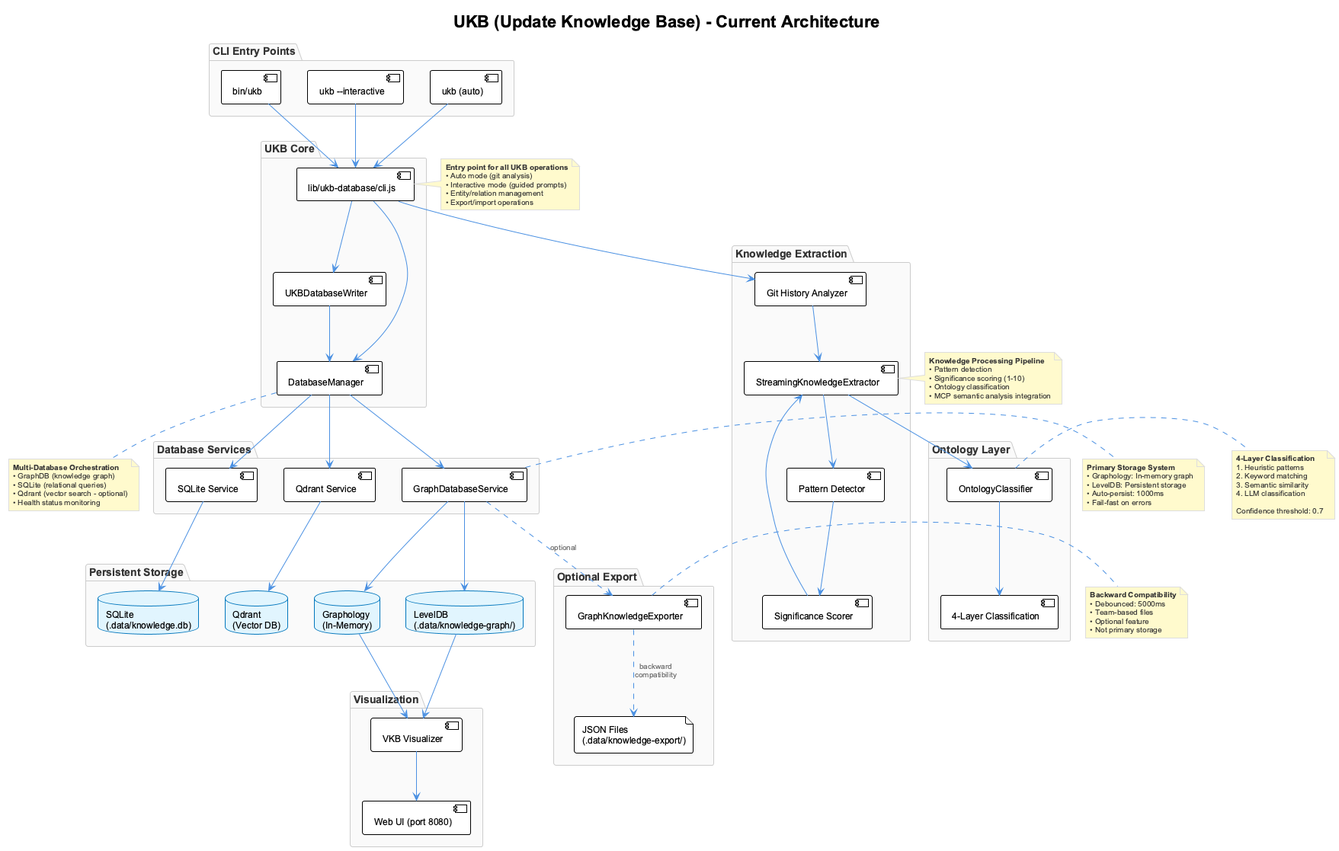
fwornle/coding keeps this PlantUML diagram as docs/images/ukb-architecture.png. Above is the earlier version. The source it was exported from:
```plantuml
@startuml ukb-architecture
!include _standard-style.puml

title UKB (Update Knowledge Base) - Current Architecture

package "CLI Entry Points" {
  [bin/ukb] as ukb_bin
  [ukb --interactive] as interactive
  [ukb (auto)] as auto
}

package "UKB Core" {
  [lib/ukb-database/cli.js] as cli
  [DatabaseManager] as db_mgr
  [UKBDatabaseWriter] as writer
}

package "Knowledge Extraction" {
  [Git History Analyzer] as git_analyzer
  [StreamingKnowledgeExtractor] as extractor
  [Pattern Detector] as pattern
  [Significance Scorer] as scorer
}

package "Ontology Layer" {
  [OntologyClassifier] as ontology
  [4-Layer Classification] as layers
}

package "Database Services" {
  [GraphDatabaseService] as graph_db
  [SQLite Service] as sqlite
  [Qdrant Service] as qdrant
}

package "Persistent Storage" {
  database "Graphology\n(In-Memory)" as graphology
  database "LevelDB\n(.data/knowledge-graph/)" as leveldb
  database "SQLite\n(.data/knowledge.db)" as sqlite_db
  database "Qdrant\n(Vector DB)" as qdrant_db
}

package "Optional Export" {
  [GraphKnowledgeExporter] as exporter
  file "JSON Files\n(.data/knowledge-export/)" as json_export
}

package "Visualization" {
  [VKB Visualizer] as vkb
  [Web UI (port 8080)] as web
}

ukb_bin --> cli
interactive --> cli
auto --> cli

cli --> db_mgr
cli --> writer
cli --> git_analyzer

git_analyzer --> extractor
extractor --> pattern
pattern --> scorer
scorer --> extractor

extractor --> ontology
ontology --> layers

db_mgr --> graph_db
db_mgr --> sqlite
db_mgr --> qdrant

writer --> db_mgr

graph_db --> graphology
graph_db --> leveldb
sqlite --> sqlite_db
qdrant --> qdrant_db

graph_db ..> exporter : optional
exporter ..> json_export : backward\ncompatibility

leveldb --> vkb
graphology --> vkb
vkb --> web

note right of cli
  **Entry point for all UKB operations**
  • Auto mode (git analysis)
  • Interactive mode (guided prompts)
  • Entity/relation management
  • Export/import operations
end note

note right of graph_db
  **Primary Storage System**
  • Graphology: In-memory graph
  • LevelDB: Persistent storage
  • Auto-persist: 1000ms
  • Fail-fast on errors
end note

note right of extractor
  **Knowledge Processing Pipeline**
  • Pattern detection
  • Significance scoring (1-10)
  • Ontology classification
  • MCP semantic analysis integration
end note

note right of ontology
  **4-Layer Classification**
  1. Heuristic patterns
  2. Keyword matching
  3. Semantic similarity
  4. LLM classification

  Confidence threshold: 0.7
end note

note right of exporter
  **Backward Compatibility**
  • Debounced: 5000ms
  • Team-based files
  • Optional feature
  • Not primary storage
end note

note bottom of db_mgr
  **Multi-Database Orchestration**
  • GraphDB (knowledge graph)
  • SQLite (relational queries)
  • Qdrant (vector search - optional)
  • Health status monitoring
end note

@enduml
```
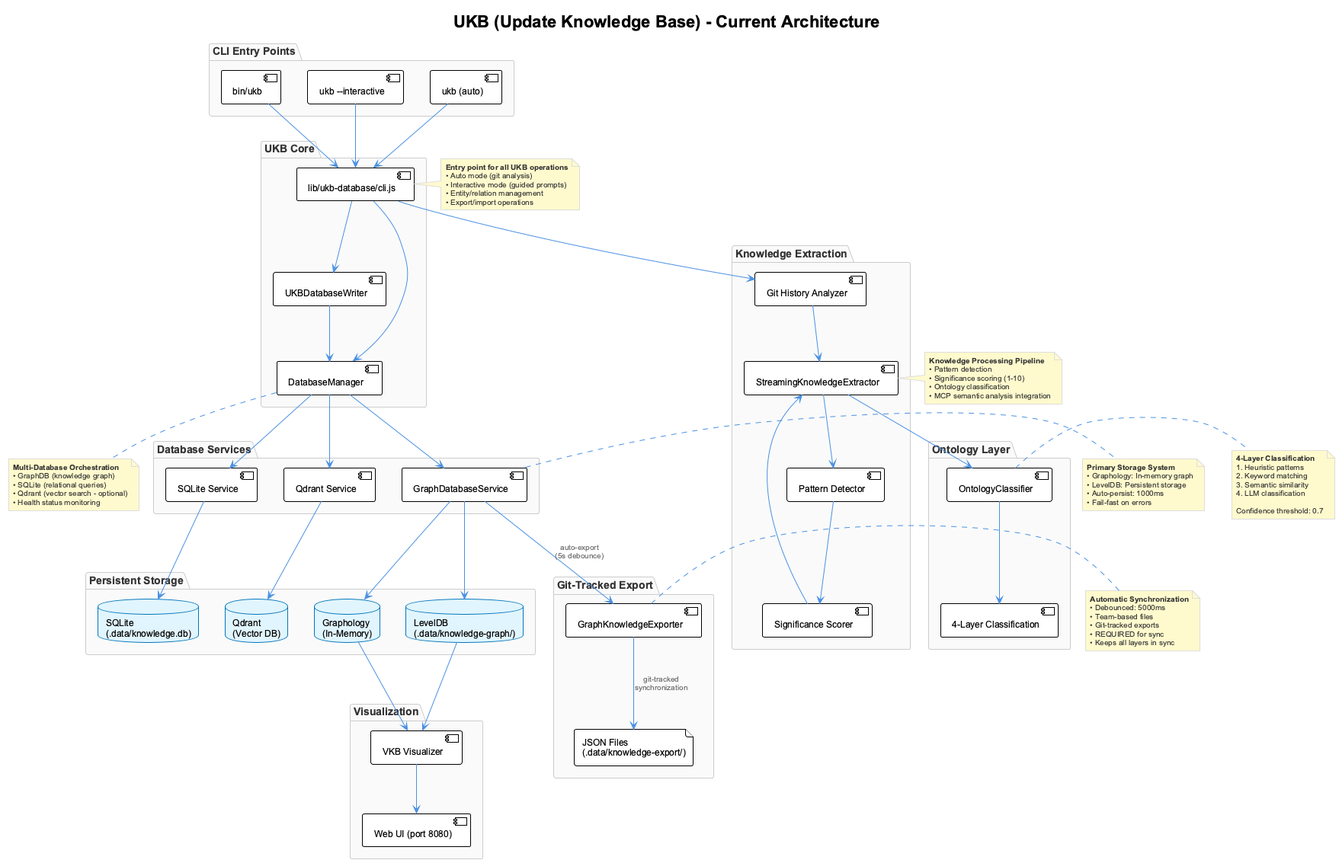
Later version of the same file.

Commit message:
fix: JSON sync now no longer "optional"

Change to the diagram source:
```diff
@@ -40,7 +40,7 @@
   database "Qdrant\n(Vector DB)" as qdrant_db
 }
 
-package "Optional Export" {
+package "Git-Tracked Export" {
   [GraphKnowledgeExporter] as exporter
   file "JSON Files\n(.data/knowledge-export/)" as json_export
 }
@@ -77,8 +77,8 @@
 sqlite --> sqlite_db
 qdrant --> qdrant_db
 
-graph_db ..> exporter : optional
-exporter ..> json_export : backward\ncompatibility
+graph_db --> exporter : auto-export\n(5s debounce)
+exporter --> json_export : git-tracked\nsynchronization
 
 leveldb --> vkb
 graphology --> vkb
@@ -119,11 +119,12 @@
 end note
 
 note right of exporter
-  **Backward Compatibility**
+  **Automatic Synchronization**
   • Debounced: 5000ms
   • Team-based files
-  • Optional feature
-  • Not primary storage
+  • Git-tracked exports
+  • REQUIRED for sync
+  • Keeps all layers in sync
 end note
 
 note bottom of db_mgr
```
